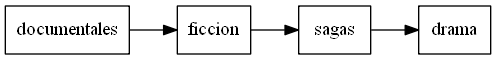
Before: Proyecto2/avlPostorden.png, a diagram exported from Graphviz (AdriGomez95/EDD_1S2020_PY2_201504236). Its source is kept beside it as Proyecto2/avlPostorden.dot. Its diagram source:
```dot
digraph G {
 rankdir = LR;documentales[shape=record,label="documentales"];
ficcion[shape=record,label="ficcion"];
documentales -> ficcion
sagas[shape=record,label="sagas"];
ficcion -> sagas
drama[shape=record,label="drama"];
sagas -> drama
}
```
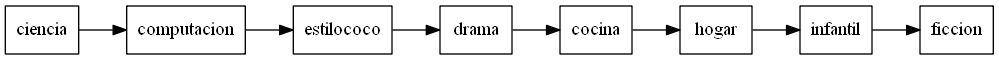
After the change.

Diff of the diagram source:
```diff
@@ -1,9 +1,17 @@
 digraph G {
- rankdir = LR;documentales[shape=record,label="documentales"];
+ rankdir = LR;ciencia[shape=record,label="ciencia"];
+computacion[shape=record,label="computacion"];
+ciencia -> computacion
+estilococo[shape=record,label="estilococo"];
+computacion -> estilococo
+drama[shape=record,label="drama"];
+estilococo -> drama
+cocina[shape=record,label="cocina"];
+drama -> cocina
+hogar[shape=record,label="hogar"];
+cocina -> hogar
+infantil[shape=record,label="infantil"];
+hogar -> infantil
 ficcion[shape=record,label="ficcion"];
-documentales -> ficcion
-sagas[shape=record,label="sagas"];
-ficcion -> sagas
-drama[shape=record,label="drama"];
-sagas -> drama
+infantil -> ficcion
 }
```
